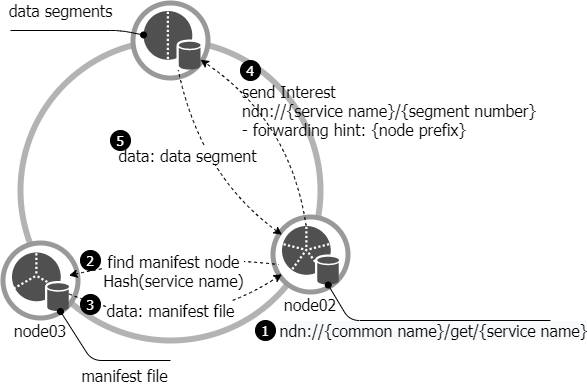
Earlier version of the draw.io export img/acm21-get.png (uni2u/difs). Source tidied: cells renumbered, new cells last; positions are measured from the earlier drawing's top-left corner, leaving out a move shared by most shapes.
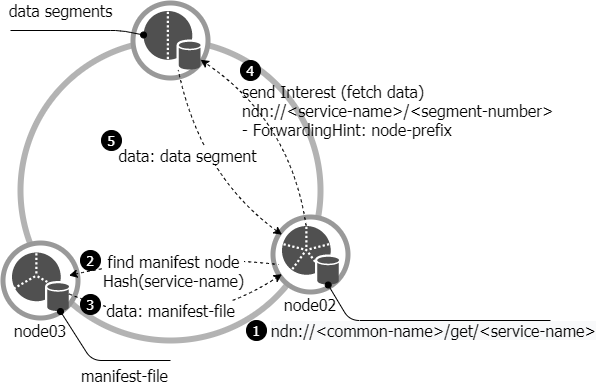
Later version of the same file.

What changed in the source:
```diff
@@ -56,7 +56,7 @@
         </Array>
       </mxGeometry>
     </mxCell>
-    <mxCell id="18" value="&lt;span style=&quot;font-size: 16px ; text-align: left ; background-color: rgb(248 , 249 , 250)&quot;&gt;ndn://{common name}/get/{service name}&lt;/span&gt;" style="endArrow=none;html=1;startArrow=oval;startFill=1;fontSize=16;fontFamily=Tahoma;" parent="1" edge="1" source="10">
+    <mxCell id="18" value="&lt;span style=&quot;font-size: 16px ; text-align: left ; background-color: rgb(248 , 249 , 250)&quot;&gt;ndn://&amp;lt;common-name&amp;gt;/get/&amp;lt;service-name&amp;gt;&lt;/span&gt;" style="endArrow=none;html=1;startArrow=oval;startFill=1;fontSize=16;fontFamily=Tahoma;" parent="1" edge="1" source="10">
       <mxGeometry x="-0.39" y="52" relative="1" as="geometry">
         <mxPoint x="550" y="320" as="targetPoint" />
         <Array as="points">
@@ -66,9 +66,9 @@
       </mxGeometry>
     </mxCell>
     <mxCell id="19" value="1" style="ellipse;whiteSpace=wrap;html=1;fontFamily=Tahoma;fontSize=14;fillColor=#000000;fontColor=#FFFFFF;" parent="1" vertex="1">
-      <mxGeometry x="255" y="320" width="20" height="20" as="geometry" />
+      <mxGeometry x="246" y="320" width="20" height="20" as="geometry" />
     </mxCell>
-    <mxCell id="20" value="find manifest node&lt;br style=&quot;font-size: 16px&quot;&gt;Hash(service name)" style="endArrow=none;dashed=1;html=1;fontFamily=Tahoma;fontSize=16;curved=1;endFill=0;startArrow=classic;startFill=1;entryX=0.043;entryY=0.643;entryDx=0;entryDy=0;entryPerimeter=0;" parent="1" edge="1" source="14" target="9">
+    <mxCell id="20" value="find manifest node&lt;br style=&quot;font-size: 16px&quot;&gt;Hash(service-name)" style="endArrow=none;dashed=1;html=1;fontFamily=Tahoma;fontSize=16;curved=1;endFill=0;startArrow=classic;startFill=1;entryX=0.043;entryY=0.643;entryDx=0;entryDy=0;entryPerimeter=0;" parent="1" edge="1" source="14" target="9">
       <mxGeometry x="-0.03" y="-18" relative="1" as="geometry">
         <Array as="points">
           <mxPoint x="170" y="252" />
@@ -78,7 +78,7 @@
     <mxCell id="21" value="2" style="ellipse;whiteSpace=wrap;html=1;fontFamily=Tahoma;fontSize=14;fontColor=#FFFFFF;fillColor=#000000;" parent="1" vertex="1">
       <mxGeometry x="80" y="250" width="20" height="20" as="geometry" />
     </mxCell>
-    <mxCell id="22" value="data: manifest file" style="endArrow=classic;dashed=1;html=1;fontFamily=Tahoma;fontSize=16;curved=1;endFill=1;" parent="1" edge="1" source="14" target="10">
+    <mxCell id="22" value="data: manifest-file" style="endArrow=classic;dashed=1;html=1;fontFamily=Tahoma;fontSize=16;curved=1;endFill=1;" parent="1" edge="1" source="14" target="10">
       <mxGeometry x="-0.17" y="24" relative="1" as="geometry">
         <Array as="points">
           <mxPoint x="180" y="340" />
@@ -88,7 +88,7 @@
     <mxCell id="23" value="3" style="ellipse;whiteSpace=wrap;html=1;fontFamily=Tahoma;fontSize=14;fontColor=#FFFFFF;fillColor=#000000;" parent="1" vertex="1">
       <mxGeometry x="80" y="294" width="20" height="20" as="geometry" />
     </mxCell>
-    <mxCell id="24" value="manifest file" style="endArrow=none;html=1;startArrow=oval;startFill=1;fontFamily=Tahoma;fontSize=16;" parent="1" edge="1">
+    <mxCell id="24" value="manifest-file" style="endArrow=none;html=1;startArrow=oval;startFill=1;fontFamily=Tahoma;fontSize=16;" parent="1" edge="1">
       <mxGeometry x="0.33" y="-15" relative="1" as="geometry">
         <mxPoint x="60" y="311" as="sourcePoint" />
         <mxPoint x="170" y="360" as="targetPoint" />
@@ -97,7 +97,7 @@
         </Array>
       </mxGeometry>
     </mxCell>
-    <mxCell id="25" value="&lt;font&gt;&lt;span style=&quot;font-size: 16px&quot;&gt;send Interest&lt;/span&gt;&lt;br&gt;&lt;span style=&quot;font-size: 16px&quot;&gt;ndn://{service name}/{segment number}&lt;/span&gt;&lt;br&gt;&lt;div&gt;&lt;span style=&quot;font-size: 16px&quot;&gt;- forwarding hint: {node prefix}&lt;/span&gt;&lt;/div&gt;&lt;/font&gt;" style="endArrow=classic;dashed=1;html=1;fontFamily=Tahoma;fontSize=14;endFill=1;curved=1;labelBackgroundColor=none;align=left;" parent="1" edge="1" source="10" target="6">
+    <mxCell id="25" value="&lt;font&gt;&lt;span style=&quot;font-size: 16px&quot;&gt;send Interest (fetch data)&lt;/span&gt;&lt;br&gt;&lt;span style=&quot;font-size: 16px&quot;&gt;ndn://&amp;lt;service-name&amp;gt;/&amp;lt;segment-number&amp;gt;&lt;/span&gt;&lt;br&gt;&lt;div&gt;&lt;span style=&quot;font-size: 16px&quot;&gt;- ForwardingHint: node-prefix&lt;/span&gt;&lt;/div&gt;&lt;/font&gt;" style="endArrow=classic;dashed=1;html=1;fontFamily=Tahoma;fontSize=14;endFill=1;curved=1;labelBackgroundColor=none;align=left;" parent="1" edge="1" source="10" target="6">
       <mxGeometry x="0.43" y="20" relative="1" as="geometry">
         <Array as="points">
           <mxPoint x="290" y="120" />
@@ -116,7 +116,7 @@
       <mxGeometry x="240" y="60" width="20" height="20" as="geometry" />
     </mxCell>
     <mxCell id="28" value="5" style="ellipse;whiteSpace=wrap;html=1;fontFamily=Tahoma;fontSize=14;fontColor=#FFFFFF;fillColor=#000000;" parent="1" vertex="1">
-      <mxGeometry x="110" y="130" width="20" height="20" as="geometry" />
+      <mxGeometry x="101" y="130" width="20" height="20" as="geometry" />
     </mxCell>
   </root>
 </mxGraphModel>
```
